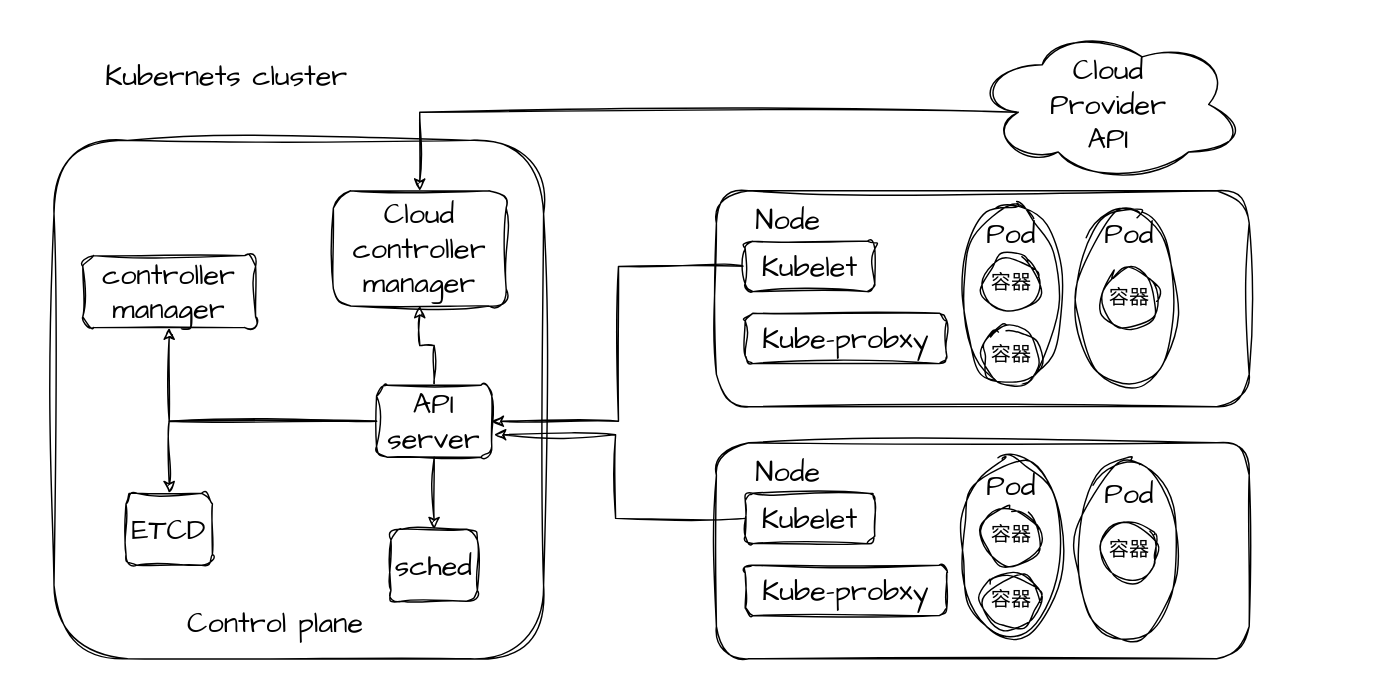
Earlier version of the draw.io diagram images/K8S.drawio (ji92/markdown_picture). Source tidied: cells renumbered, new cells numbered last; positions are measured from the earlier drawing's top-left corner, leaving out a move shared by most shapes. Both pictures are drawn from the tidied source at 144%, with x=0, y=0 at pixel (24, 24).
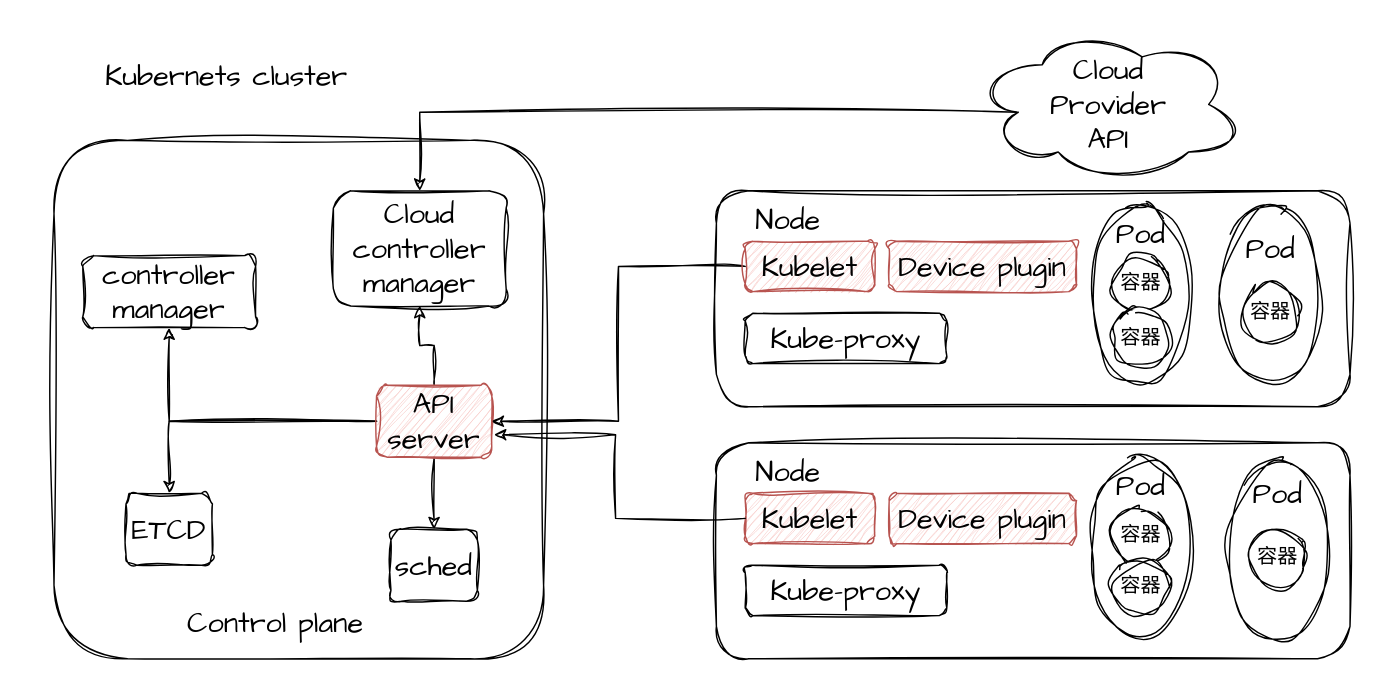
After the change.

The edit, as a diff of the source:
```diff
@@
-    <mxCell id="8" value="API server" style="rounded=1;whiteSpace=wrap;html=1;sketch=1;hachureGap=4;jiggle=2;curveFitting=1;fontFamily=Architects Daughter;fontSize=20;" parent="1" vertex="1">
+    <mxCell id="8" value="API server" style="rounded=1;whiteSpace=wrap;html=1;sketch=1;hachureGap=4;jiggle=2;curveFitting=1;fontFamily=Architects Daughter;fontSize=20;fillColor=#f8cecc;strokeColor=#b85450;" parent="1" vertex="1">
       <mxGeometry x="244" y="250" width="80" height="50" as="geometry" />
     </mxCell>
@@
     <mxCell id="13" style="rounded=1;whiteSpace=wrap;html=1;sketch=1;hachureGap=4;jiggle=2;curveFitting=1;fontFamily=Architects Daughter;fontSize=20;strokeColor=default;" parent="1" vertex="1">
-      <mxGeometry x="480" y="290" width="370" height="150" as="geometry" />
+      <mxGeometry x="480" y="290" width="440" height="150" as="geometry" />
     </mxCell>
@@
-    <mxCell id="15" value="Kubelet" style="rounded=1;whiteSpace=wrap;html=1;sketch=1;hachureGap=4;jiggle=2;curveFitting=1;fontFamily=Architects Daughter;fontSize=20;" parent="1" vertex="1">
+    <mxCell id="15" value="Kubelet" style="rounded=1;whiteSpace=wrap;html=1;sketch=1;hachureGap=4;jiggle=2;curveFitting=1;fontFamily=Architects Daughter;fontSize=20;fillColor=#f8cecc;strokeColor=#b85450;" parent="1" vertex="1">
       <mxGeometry x="500" y="325" width="90" height="35" as="geometry" />
     </mxCell>
-    <mxCell id="16" value="Kube-probxy" style="rounded=1;whiteSpace=wrap;html=1;sketch=1;hachureGap=4;jiggle=2;curveFitting=1;fontFamily=Architects Daughter;fontSize=20;" parent="1" vertex="1">
+    <mxCell id="16" value="Kube-proxy" style="rounded=1;whiteSpace=wrap;html=1;sketch=1;hachureGap=4;jiggle=2;curveFitting=1;fontFamily=Architects Daughter;fontSize=20;" parent="1" vertex="1">
       <mxGeometry x="500" y="375" width="140" height="35" as="geometry" />
     </mxCell>
     <mxCell id="17" style="ellipse;whiteSpace=wrap;html=1;sketch=1;hachureGap=4;jiggle=2;curveFitting=1;fontFamily=Architects Daughter;fontSize=20;" parent="1" vertex="1">
-      <mxGeometry x="650" y="300" width="70" height="125" as="geometry" />
+      <mxGeometry x="740" y="300" width="70" height="125" as="geometry" />
     </mxCell>
     <mxCell id="18" style="ellipse;whiteSpace=wrap;html=1;sketch=1;hachureGap=4;jiggle=2;curveFitting=1;fontFamily=Architects Daughter;fontSize=20;" parent="1" vertex="1">
-      <mxGeometry x="730" y="302.5" width="70" height="125" as="geometry" />
+      <mxGeometry x="835" y="302.5" width="70" height="125" as="geometry" />
     </mxCell>
     <mxCell id="19" value="容器" style="ellipse;whiteSpace=wrap;html=1;sketch=1;hachureGap=4;jiggle=2;curveFitting=1;fontFamily=Architects Daughter;fontSize=14;" parent="1" vertex="1">
-      <mxGeometry x="665" y="335" width="40" height="40" as="geometry" />
+      <mxGeometry x="755" y="335" width="40" height="40" as="geometry" />
     </mxCell>
     <mxCell id="20" value="容器" style="ellipse;whiteSpace=wrap;html=1;sketch=1;hachureGap=4;jiggle=2;curveFitting=1;fontFamily=Architects Daughter;fontSize=14;" parent="1" vertex="1">
-      <mxGeometry x="665" y="380" width="40" height="40" as="geometry" />
+      <mxGeometry x="755" y="370" width="40" height="40" as="geometry" />
     </mxCell>
     <mxCell id="21" value="容器" style="ellipse;whiteSpace=wrap;html=1;sketch=1;hachureGap=4;jiggle=2;curveFitting=1;fontFamily=Architects Daughter;fontSize=14;" parent="1" vertex="1">
-      <mxGeometry x="747" y="345" width="40" height="40" as="geometry" />
+      <mxGeometry x="850" y="350" width="40" height="40" as="geometry" />
     </mxCell>
     <mxCell id="22" style="rounded=1;whiteSpace=wrap;html=1;sketch=1;hachureGap=4;jiggle=2;curveFitting=1;fontFamily=Architects Daughter;fontSize=20;strokeColor=default;" parent="1" vertex="1">
-      <mxGeometry x="480" y="115" width="370" height="150" as="geometry" />
+      <mxGeometry x="480" y="115" width="440" height="150" as="geometry" />
     </mxCell>
@@
-    <mxCell id="25" value="Kubelet" style="rounded=1;whiteSpace=wrap;html=1;sketch=1;hachureGap=4;jiggle=2;curveFitting=1;fontFamily=Architects Daughter;fontSize=20;" parent="1" vertex="1">
+    <mxCell id="25" value="Kubelet" style="rounded=1;whiteSpace=wrap;html=1;sketch=1;hachureGap=4;jiggle=2;curveFitting=1;fontFamily=Architects Daughter;fontSize=20;fillColor=#f8cecc;strokeColor=#b85450;" parent="1" vertex="1">
       <mxGeometry x="500" y="150" width="90" height="35" as="geometry" />
     </mxCell>
-    <mxCell id="26" value="Kube-probxy" style="rounded=1;whiteSpace=wrap;html=1;sketch=1;hachureGap=4;jiggle=2;curveFitting=1;fontFamily=Architects Daughter;fontSize=20;" parent="1" vertex="1">
+    <mxCell id="26" value="Kube-proxy" style="rounded=1;whiteSpace=wrap;html=1;sketch=1;hachureGap=4;jiggle=2;curveFitting=1;fontFamily=Architects Daughter;fontSize=20;" parent="1" vertex="1">
       <mxGeometry x="500" y="200" width="140" height="35" as="geometry" />
     </mxCell>
     <mxCell id="27" style="ellipse;whiteSpace=wrap;html=1;sketch=1;hachureGap=4;jiggle=2;curveFitting=1;fontFamily=Architects Daughter;fontSize=20;" parent="1" vertex="1">
-      <mxGeometry x="650" y="125" width="70" height="125" as="geometry" />
+      <mxGeometry x="740" y="125" width="70" height="125" as="geometry" />
     </mxCell>
     <mxCell id="28" style="ellipse;whiteSpace=wrap;html=1;sketch=1;hachureGap=4;jiggle=2;curveFitting=1;fontFamily=Architects Daughter;fontSize=20;" parent="1" vertex="1">
-      <mxGeometry x="730" y="127.5" width="70" height="125" as="geometry" />
+      <mxGeometry x="830" y="125" width="70" height="125" as="geometry" />
     </mxCell>
     <mxCell id="29" value="容器" style="ellipse;whiteSpace=wrap;html=1;sketch=1;hachureGap=4;jiggle=2;curveFitting=1;fontFamily=Architects Daughter;fontSize=14;" parent="1" vertex="1">
-      <mxGeometry x="665" y="160" width="40" height="40" as="geometry" />
+      <mxGeometry x="755" y="160" width="40" height="40" as="geometry" />
     </mxCell>
     <mxCell id="30" value="容器" style="ellipse;whiteSpace=wrap;html=1;sketch=1;hachureGap=4;jiggle=2;curveFitting=1;fontFamily=Architects Daughter;fontSize=14;" parent="1" vertex="1">
-      <mxGeometry x="665" y="210" width="40" height="40" as="geometry" />
+      <mxGeometry x="755" y="197.5" width="40" height="40" as="geometry" />
     </mxCell>
     <mxCell id="31" value="容器" style="ellipse;whiteSpace=wrap;html=1;sketch=1;hachureGap=4;jiggle=2;curveFitting=1;fontFamily=Architects Daughter;fontSize=14;" parent="1" vertex="1">
-      <mxGeometry x="747" y="170" width="40" height="40" as="geometry" />
+      <mxGeometry x="845" y="180" width="40" height="40" as="geometry" />
     </mxCell>
@@
     <mxCell id="36" value="Pod" style="text;html=1;strokeColor=none;fillColor=none;align=center;verticalAlign=middle;whiteSpace=wrap;rounded=0;fontSize=20;fontFamily=Architects Daughter;" parent="1" vertex="1">
-      <mxGeometry x="737" y="130" width="60" height="30" as="geometry" />
+      <mxGeometry x="835" y="140" width="60" height="30" as="geometry" />
     </mxCell>
     <mxCell id="37" value="Pod" style="text;html=1;strokeColor=none;fillColor=none;align=center;verticalAlign=middle;whiteSpace=wrap;rounded=0;fontSize=20;fontFamily=Architects Daughter;" parent="1" vertex="1">
-      <mxGeometry x="737" y="310" width="60" height="30" as="geometry" />
+      <mxGeometry x="840" y="310" width="60" height="30" as="geometry" />
     </mxCell>
     <mxCell id="38" value="Pod" style="text;html=1;strokeColor=none;fillColor=none;align=center;verticalAlign=middle;whiteSpace=wrap;rounded=0;fontSize=20;fontFamily=Architects Daughter;" parent="1" vertex="1">
-      <mxGeometry x="655" y="305" width="60" height="30" as="geometry" />
+      <mxGeometry x="745" y="305" width="60" height="30" as="geometry" />
     </mxCell>
     <mxCell id="39" value="Pod" style="text;html=1;strokeColor=none;fillColor=none;align=center;verticalAlign=middle;whiteSpace=wrap;rounded=0;fontSize=20;fontFamily=Architects Daughter;" parent="1" vertex="1">
-      <mxGeometry x="655" y="130" width="60" height="30" as="geometry" />
+      <mxGeometry x="745" y="130" width="60" height="30" as="geometry" />
     </mxCell>
+    <mxCell id="40" value="Device plugin" style="rounded=1;whiteSpace=wrap;html=1;sketch=1;hachureGap=4;jiggle=2;curveFitting=1;fontFamily=Architects Daughter;fontSize=20;fillColor=#f8cecc;strokeColor=#b85450;" parent="1" vertex="1">
+      <mxGeometry x="600" y="150" width="130" height="35" as="geometry" />
+    </mxCell>
+    <mxCell id="41" value="Device plugin" style="rounded=1;whiteSpace=wrap;html=1;sketch=1;hachureGap=4;jiggle=2;curveFitting=1;fontFamily=Architects Daughter;fontSize=20;fillColor=#f8cecc;strokeColor=#b85450;" parent="1" vertex="1">
+      <mxGeometry x="600" y="325" width="130" height="35" as="geometry" />
+    </mxCell>
```
